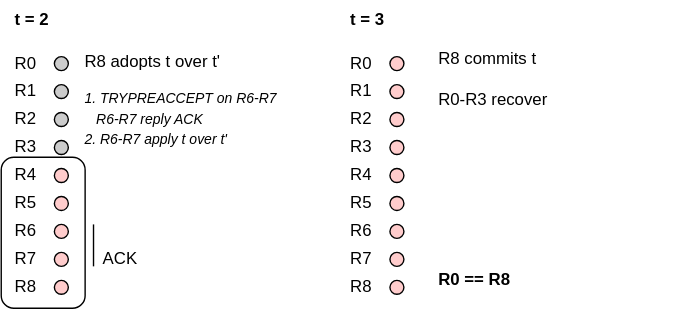
The draw.io diagram content/posts/epaxos-and-decentralized-conflict-resolution/images/epaxos-opt-case1-2.svg in Qwe1rty/qwe1rty.github.io, before a commit. Source tidied: cells renumbered, new cells last; positions are measured from the earlier drawing's top-left corner, leaving out a move shared by most shapes. The source it was exported from:
```xml
<mxGraphModel>
  <root>
    <mxCell id="0" />
    <mxCell id="1" parent="0" />
    <mxCell id="2" style="ellipse;whiteSpace=wrap;html=1;shapeInside=1;fillColor=#CCCCCC;" parent="1" vertex="1">
      <mxGeometry x="38" y="40" width="10" height="10" as="geometry" />
    </mxCell>
    <mxCell id="3" style="ellipse;whiteSpace=wrap;html=1;shapeInside=1;fillColor=#CCCCCC;" parent="1" vertex="1">
      <mxGeometry x="38" y="60" width="10" height="10" as="geometry" />
    </mxCell>
    <mxCell id="4" style="ellipse;whiteSpace=wrap;html=1;shapeInside=1;fillColor=#CCCCCC;" parent="1" vertex="1">
      <mxGeometry x="38" y="80" width="10" height="10" as="geometry" />
    </mxCell>
    <mxCell id="5" style="ellipse;whiteSpace=wrap;html=1;shapeInside=1;fillColor=#CCCCCC;" parent="1" vertex="1">
      <mxGeometry x="38" y="100" width="10" height="10" as="geometry" />
    </mxCell>
    <mxCell id="6" style="ellipse;whiteSpace=wrap;html=1;shapeInside=1;fillColor=#FFCCCC;" parent="1" vertex="1">
      <mxGeometry x="38" y="120" width="10" height="10" as="geometry" />
    </mxCell>
    <mxCell id="7" style="ellipse;whiteSpace=wrap;html=1;shapeInside=1;fillColor=#FFCCCC;" parent="1" vertex="1">
      <mxGeometry x="38" y="140" width="10" height="10" as="geometry" />
    </mxCell>
    <mxCell id="8" style="ellipse;whiteSpace=wrap;html=1;shapeInside=1;fillColor=#FFCCCC;" parent="1" vertex="1">
      <mxGeometry x="38" y="160" width="10" height="10" as="geometry" />
    </mxCell>
    <mxCell id="9" style="ellipse;whiteSpace=wrap;html=1;shapeInside=1;fillColor=#FFCCCC;" parent="1" vertex="1">
      <mxGeometry x="38" y="180" width="10" height="10" as="geometry" />
    </mxCell>
    <mxCell id="10" style="ellipse;whiteSpace=wrap;html=1;shapeInside=1;fillColor=#FFCCCC;" parent="1" vertex="1">
      <mxGeometry x="38" y="200" width="10" height="10" as="geometry" />
    </mxCell>
    <mxCell id="11" value="&lt;div&gt;R8 adopts t over t'&lt;/div&gt;&lt;font style=&quot;&quot;&gt;&lt;i style=&quot;&quot;&gt;&lt;font style=&quot;font-size: 10px;&quot;&gt;&lt;div&gt;&lt;font style=&quot;&quot;&gt;&lt;i style=&quot;&quot;&gt;&lt;font style=&quot;font-size: 10px;&quot;&gt;&lt;br&gt;&lt;/font&gt;&lt;/i&gt;&lt;/font&gt;&lt;/div&gt;1. TRY&lt;/font&gt;&lt;span style=&quot;font-size: 10px;&quot;&gt;PREACCEPT on R6-R7&lt;/span&gt;&lt;/i&gt;&lt;/font&gt;&lt;div&gt;&lt;span style=&quot;font-size: 10px;&quot;&gt;&lt;i&gt;&amp;nbsp; &amp;nbsp;R6-R7 reply ACK&lt;/i&gt;&lt;/span&gt;&lt;/div&gt;&lt;div&gt;&lt;span style=&quot;font-size: 10px;&quot;&gt;&lt;i&gt;2.&amp;nbsp;&lt;/i&gt;&lt;/span&gt;&lt;i style=&quot;background-color: transparent; color: light-dark(#000000, var(--ge-light-color, #ffffff)); font-size: 10px;&quot;&gt;R6-R7 apply t over t'&lt;/i&gt;&lt;/div&gt;" style="text;html=1;whiteSpace=wrap;strokeColor=none;fillColor=none;align=left;verticalAlign=top;rounded=0;" parent="1" vertex="1">
      <mxGeometry x="58" y="30" width="170" height="70" as="geometry" />
    </mxCell>
    <mxCell id="12" value="R0" style="text;html=1;whiteSpace=wrap;strokeColor=none;fillColor=none;align=left;verticalAlign=middle;rounded=0;" parent="1" vertex="1">
      <mxGeometry x="8" y="35" width="30" height="20" as="geometry" />
    </mxCell>
    <mxCell id="13" value="R1" style="text;html=1;whiteSpace=wrap;strokeColor=none;fillColor=none;align=left;verticalAlign=middle;rounded=0;" parent="1" vertex="1">
      <mxGeometry x="8" y="55" width="30" height="20" as="geometry" />
    </mxCell>
    <mxCell id="14" value="R8" style="text;html=1;whiteSpace=wrap;strokeColor=none;fillColor=none;align=left;verticalAlign=middle;rounded=0;" parent="1" vertex="1">
      <mxGeometry x="8" y="195" width="30" height="20" as="geometry" />
    </mxCell>
    <mxCell id="15" value="R2" style="text;html=1;whiteSpace=wrap;strokeColor=none;fillColor=none;align=left;verticalAlign=middle;rounded=0;" parent="1" vertex="1">
      <mxGeometry x="8" y="75" width="30" height="20" as="geometry" />
    </mxCell>
    <mxCell id="16" value="R3" style="text;html=1;whiteSpace=wrap;strokeColor=none;fillColor=none;align=left;verticalAlign=middle;rounded=0;" parent="1" vertex="1">
      <mxGeometry x="8" y="95" width="30" height="20" as="geometry" />
    </mxCell>
    <mxCell id="17" value="R4" style="text;html=1;whiteSpace=wrap;strokeColor=none;fillColor=none;align=left;verticalAlign=middle;rounded=0;" parent="1" vertex="1">
      <mxGeometry x="8" y="115" width="30" height="20" as="geometry" />
    </mxCell>
    <mxCell id="18" value="R5" style="text;html=1;whiteSpace=wrap;strokeColor=none;fillColor=none;align=left;verticalAlign=middle;rounded=0;" parent="1" vertex="1">
      <mxGeometry x="8" y="135" width="30" height="20" as="geometry" />
    </mxCell>
    <mxCell id="19" value="R6" style="text;html=1;whiteSpace=wrap;strokeColor=none;fillColor=none;align=left;verticalAlign=middle;rounded=0;" parent="1" vertex="1">
      <mxGeometry x="8" y="155" width="30" height="20" as="geometry" />
    </mxCell>
    <mxCell id="20" value="R7" style="text;html=1;whiteSpace=wrap;strokeColor=none;fillColor=none;align=left;verticalAlign=middle;rounded=0;" parent="1" vertex="1">
      <mxGeometry x="8" y="175" width="30" height="20" as="geometry" />
    </mxCell>
    <mxCell id="21" value="&lt;b&gt;t = 2&lt;/b&gt;" style="text;html=1;whiteSpace=wrap;strokeColor=none;fillColor=none;align=left;verticalAlign=top;rounded=0;" parent="1" vertex="1">
      <mxGeometry x="8" width="40" height="20" as="geometry" />
    </mxCell>
    <mxCell id="22" value="&lt;b&gt;t = 3&lt;/b&gt;" style="text;html=1;whiteSpace=wrap;strokeColor=none;fillColor=none;align=left;verticalAlign=top;rounded=0;" parent="1" vertex="1">
      <mxGeometry x="248" width="40" height="20" as="geometry" />
    </mxCell>
    <mxCell id="23" style="ellipse;whiteSpace=wrap;html=1;shapeInside=1;fillColor=#FFCCCC;" parent="1" vertex="1">
      <mxGeometry x="278" y="40" width="10" height="10" as="geometry" />
    </mxCell>
    <mxCell id="24" style="ellipse;whiteSpace=wrap;html=1;shapeInside=1;fillColor=#FFCCCC;" parent="1" vertex="1">
      <mxGeometry x="278" y="60" width="10" height="10" as="geometry" />
    </mxCell>
    <mxCell id="25" style="ellipse;whiteSpace=wrap;html=1;shapeInside=1;fillColor=#FFCCCC;" parent="1" vertex="1">
      <mxGeometry x="278" y="80" width="10" height="10" as="geometry" />
    </mxCell>
    <mxCell id="26" style="ellipse;whiteSpace=wrap;html=1;shapeInside=1;fillColor=#FFCCCC;" parent="1" vertex="1">
      <mxGeometry x="278" y="100" width="10" height="10" as="geometry" />
    </mxCell>
    <mxCell id="27" style="ellipse;whiteSpace=wrap;html=1;shapeInside=1;fillColor=#FFCCCC;" parent="1" vertex="1">
      <mxGeometry x="278" y="120" width="10" height="10" as="geometry" />
    </mxCell>
    <mxCell id="28" style="ellipse;whiteSpace=wrap;html=1;shapeInside=1;fillColor=#FFCCCC;" parent="1" vertex="1">
      <mxGeometry x="278" y="140" width="10" height="10" as="geometry" />
    </mxCell>
    <mxCell id="29" style="ellipse;whiteSpace=wrap;html=1;shapeInside=1;fillColor=#FFCCCC;" parent="1" vertex="1">
      <mxGeometry x="278" y="160" width="10" height="10" as="geometry" />
    </mxCell>
    <mxCell id="30" style="ellipse;whiteSpace=wrap;html=1;shapeInside=1;fillColor=#FFCCCC;" parent="1" vertex="1">
      <mxGeometry x="278" y="180" width="10" height="10" as="geometry" />
    </mxCell>
    <mxCell id="31" style="ellipse;whiteSpace=wrap;html=1;shapeInside=1;fillColor=#FFCCCC;" parent="1" vertex="1">
      <mxGeometry x="278" y="200" width="10" height="10" as="geometry" />
    </mxCell>
    <mxCell id="32" value="&lt;div&gt;&lt;font style=&quot;font-size: 10px;&quot;&gt;&lt;span style=&quot;font-size: 12px;&quot;&gt;R8 commits t&lt;/span&gt;&lt;/font&gt;&lt;/div&gt;&lt;div&gt;&lt;font style=&quot;font-size: 10px;&quot;&gt;&lt;span style=&quot;font-size: 12px;&quot;&gt;&lt;br&gt;&lt;/span&gt;&lt;/font&gt;&lt;/div&gt;&lt;div&gt;&lt;font style=&quot;font-size: 10px;&quot;&gt;&lt;span style=&quot;font-size: 12px;&quot;&gt;R0-R3 recover&lt;/span&gt;&lt;/font&gt;&lt;/div&gt;&lt;div&gt;&lt;font style=&quot;font-size: 10px;&quot;&gt;&lt;span style=&quot;font-size: 12px;&quot;&gt;&lt;br&gt;&lt;/span&gt;&lt;/font&gt;&lt;/div&gt;" style="text;html=1;whiteSpace=wrap;strokeColor=none;fillColor=none;align=left;verticalAlign=top;rounded=0;" parent="1" vertex="1">
      <mxGeometry x="311" y="28" width="170" height="40" as="geometry" />
    </mxCell>
    <mxCell id="33" value="R0" style="text;html=1;whiteSpace=wrap;strokeColor=none;fillColor=none;align=left;verticalAlign=middle;rounded=0;" parent="1" vertex="1">
      <mxGeometry x="248" y="35" width="30" height="20" as="geometry" />
    </mxCell>
    <mxCell id="34" value="R1" style="text;html=1;whiteSpace=wrap;strokeColor=none;fillColor=none;align=left;verticalAlign=middle;rounded=0;" parent="1" vertex="1">
      <mxGeometry x="248" y="55" width="30" height="20" as="geometry" />
    </mxCell>
    <mxCell id="35" value="R8" style="text;html=1;whiteSpace=wrap;strokeColor=none;fillColor=none;align=left;verticalAlign=middle;rounded=0;" parent="1" vertex="1">
      <mxGeometry x="248" y="195" width="30" height="20" as="geometry" />
    </mxCell>
    <mxCell id="36" value="R2" style="text;html=1;whiteSpace=wrap;strokeColor=none;fillColor=none;align=left;verticalAlign=middle;rounded=0;" parent="1" vertex="1">
      <mxGeometry x="248" y="75" width="30" height="20" as="geometry" />
    </mxCell>
    <mxCell id="37" value="R3" style="text;html=1;whiteSpace=wrap;strokeColor=none;fillColor=none;align=left;verticalAlign=middle;rounded=0;" parent="1" vertex="1">
      <mxGeometry x="248" y="95" width="30" height="20" as="geometry" />
    </mxCell>
    <mxCell id="38" value="R4" style="text;html=1;whiteSpace=wrap;strokeColor=none;fillColor=none;align=left;verticalAlign=middle;rounded=0;" parent="1" vertex="1">
      <mxGeometry x="248" y="115" width="30" height="20" as="geometry" />
    </mxCell>
    <mxCell id="39" value="R5" style="text;html=1;whiteSpace=wrap;strokeColor=none;fillColor=none;align=left;verticalAlign=middle;rounded=0;" parent="1" vertex="1">
      <mxGeometry x="248" y="135" width="30" height="20" as="geometry" />
    </mxCell>
    <mxCell id="40" value="R6" style="text;html=1;whiteSpace=wrap;strokeColor=none;fillColor=none;align=left;verticalAlign=middle;rounded=0;" parent="1" vertex="1">
      <mxGeometry x="248" y="155" width="30" height="20" as="geometry" />
    </mxCell>
    <mxCell id="41" value="R7" style="text;html=1;whiteSpace=wrap;strokeColor=none;fillColor=none;align=left;verticalAlign=middle;rounded=0;" parent="1" vertex="1">
      <mxGeometry x="248" y="175" width="30" height="20" as="geometry" />
    </mxCell>
    <mxCell id="42" style="endArrow=none;html=1;rounded=0;defaultLabelBackgroundColor=page;labelPadding=0 4;" parent="1" edge="1">
      <mxGeometry relative="1" as="geometry">
        <mxPoint x="66" y="160" as="sourcePoint" />
        <mxPoint x="66" y="190" as="targetPoint" />
      </mxGeometry>
    </mxCell>
    <mxCell id="43" value="ACK" style="text;html=1;whiteSpace=wrap;strokeColor=none;fillColor=none;align=left;verticalAlign=middle;rounded=0;" parent="1" vertex="1">
      <mxGeometry x="71" y="175" width="30" height="20" as="geometry" />
    </mxCell>
    <mxCell id="44" value="&lt;b&gt;R0 == R8&lt;/b&gt;" style="text;html=1;whiteSpace=wrap;strokeColor=none;fillColor=none;align=left;verticalAlign=middle;rounded=0;" parent="1" vertex="1">
      <mxGeometry x="311" y="190" width="70" height="20" as="geometry" />
    </mxCell>
    <mxCell id="45" style="rounded=1;whiteSpace=wrap;html=1;roundedPerimeter=1;fillColor=none;" parent="1" vertex="1">
      <mxGeometry y="112" width="60" height="108" as="geometry" />
    </mxCell>
  </root>
</mxGraphModel>
```
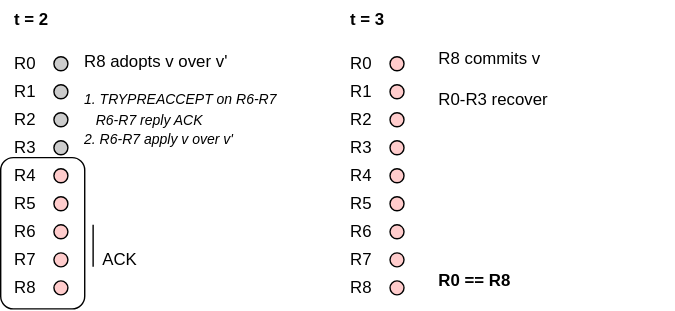
Above is the later version.

The edit, as a diff of the source:
```diff
@@ -29,7 +29,7 @@
     <mxCell id="10" style="ellipse;whiteSpace=wrap;html=1;shapeInside=1;fillColor=#FFCCCC;" parent="1" vertex="1">
       <mxGeometry x="38" y="200" width="10" height="10" as="geometry" />
     </mxCell>
-    <mxCell id="11" value="&lt;div&gt;R8 adopts t over t'&lt;/div&gt;&lt;font style=&quot;&quot;&gt;&lt;i style=&quot;&quot;&gt;&lt;font style=&quot;font-size: 10px;&quot;&gt;&lt;div&gt;&lt;font style=&quot;&quot;&gt;&lt;i style=&quot;&quot;&gt;&lt;font style=&quot;font-size: 10px;&quot;&gt;&lt;br&gt;&lt;/font&gt;&lt;/i&gt;&lt;/font&gt;&lt;/div&gt;1. TRY&lt;/font&gt;&lt;span style=&quot;font-size: 10px;&quot;&gt;PREACCEPT on R6-R7&lt;/span&gt;&lt;/i&gt;&lt;/font&gt;&lt;div&gt;&lt;span style=&quot;font-size: 10px;&quot;&gt;&lt;i&gt;&amp;nbsp; &amp;nbsp;R6-R7 reply ACK&lt;/i&gt;&lt;/span&gt;&lt;/div&gt;&lt;div&gt;&lt;span style=&quot;font-size: 10px;&quot;&gt;&lt;i&gt;2.&amp;nbsp;&lt;/i&gt;&lt;/span&gt;&lt;i style=&quot;background-color: transparent; color: light-dark(#000000, var(--ge-light-color, #ffffff)); font-size: 10px;&quot;&gt;R6-R7 apply t over t'&lt;/i&gt;&lt;/div&gt;" style="text;html=1;whiteSpace=wrap;strokeColor=none;fillColor=none;align=left;verticalAlign=top;rounded=0;" parent="1" vertex="1">
+    <mxCell id="11" value="&lt;div&gt;R8 adopts v over v'&lt;/div&gt;&lt;font style=&quot;&quot;&gt;&lt;i style=&quot;&quot;&gt;&lt;font style=&quot;font-size: 10px;&quot;&gt;&lt;div&gt;&lt;font style=&quot;&quot;&gt;&lt;i style=&quot;&quot;&gt;&lt;font style=&quot;font-size: 10px;&quot;&gt;&lt;br&gt;&lt;/font&gt;&lt;/i&gt;&lt;/font&gt;&lt;/div&gt;1. TRY&lt;/font&gt;&lt;span style=&quot;font-size: 10px;&quot;&gt;PREACCEPT on R6-R7&lt;/span&gt;&lt;/i&gt;&lt;/font&gt;&lt;div&gt;&lt;span style=&quot;font-size: 10px;&quot;&gt;&lt;i&gt;&amp;nbsp; &amp;nbsp;R6-R7 reply ACK&lt;/i&gt;&lt;/span&gt;&lt;/div&gt;&lt;div&gt;&lt;span style=&quot;font-size: 10px;&quot;&gt;&lt;i&gt;2.&amp;nbsp;&lt;/i&gt;&lt;/span&gt;&lt;i style=&quot;background-color: transparent; color: light-dark(#000000, var(--ge-light-color, #ffffff)); font-size: 10px;&quot;&gt;R6-R7 apply v over v'&lt;/i&gt;&lt;/div&gt;" style="text;html=1;whiteSpace=wrap;strokeColor=none;fillColor=none;align=left;verticalAlign=top;rounded=0;" parent="1" vertex="1">
       <mxGeometry x="58" y="30" width="170" height="70" as="geometry" />
     </mxCell>
     <mxCell id="12" value="R0" style="text;html=1;whiteSpace=wrap;strokeColor=none;fillColor=none;align=left;verticalAlign=middle;rounded=0;" parent="1" vertex="1">
@@ -92,7 +92,7 @@
     <mxCell id="31" style="ellipse;whiteSpace=wrap;html=1;shapeInside=1;fillColor=#FFCCCC;" parent="1" vertex="1">
       <mxGeometry x="278" y="200" width="10" height="10" as="geometry" />
     </mxCell>
-    <mxCell id="32" value="&lt;div&gt;&lt;font style=&quot;font-size: 10px;&quot;&gt;&lt;span style=&quot;font-size: 12px;&quot;&gt;R8 commits t&lt;/span&gt;&lt;/font&gt;&lt;/div&gt;&lt;div&gt;&lt;font style=&quot;font-size: 10px;&quot;&gt;&lt;span style=&quot;font-size: 12px;&quot;&gt;&lt;br&gt;&lt;/span&gt;&lt;/font&gt;&lt;/div&gt;&lt;div&gt;&lt;font style=&quot;font-size: 10px;&quot;&gt;&lt;span style=&quot;font-size: 12px;&quot;&gt;R0-R3 recover&lt;/span&gt;&lt;/font&gt;&lt;/div&gt;&lt;div&gt;&lt;font style=&quot;font-size: 10px;&quot;&gt;&lt;span style=&quot;font-size: 12px;&quot;&gt;&lt;br&gt;&lt;/span&gt;&lt;/font&gt;&lt;/div&gt;" style="text;html=1;whiteSpace=wrap;strokeColor=none;fillColor=none;align=left;verticalAlign=top;rounded=0;" parent="1" vertex="1">
+    <mxCell id="32" value="&lt;div&gt;&lt;font style=&quot;font-size: 10px;&quot;&gt;&lt;span style=&quot;font-size: 12px;&quot;&gt;R8 commits v&lt;/span&gt;&lt;/font&gt;&lt;/div&gt;&lt;div&gt;&lt;font style=&quot;font-size: 10px;&quot;&gt;&lt;span style=&quot;font-size: 12px;&quot;&gt;&lt;br&gt;&lt;/span&gt;&lt;/font&gt;&lt;/div&gt;&lt;div&gt;&lt;font style=&quot;font-size: 10px;&quot;&gt;&lt;span style=&quot;font-size: 12px;&quot;&gt;R0-R3 recover&lt;/span&gt;&lt;/font&gt;&lt;/div&gt;&lt;div&gt;&lt;font style=&quot;font-size: 10px;&quot;&gt;&lt;span style=&quot;font-size: 12px;&quot;&gt;&lt;br&gt;&lt;/span&gt;&lt;/font&gt;&lt;/div&gt;" style="text;html=1;whiteSpace=wrap;strokeColor=none;fillColor=none;align=left;verticalAlign=top;rounded=0;" parent="1" vertex="1">
       <mxGeometry x="311" y="28" width="170" height="40" as="geometry" />
     </mxCell>
     <mxCell id="33" value="R0" style="text;html=1;whiteSpace=wrap;strokeColor=none;fillColor=none;align=left;verticalAlign=middle;rounded=0;" parent="1" vertex="1">
```
